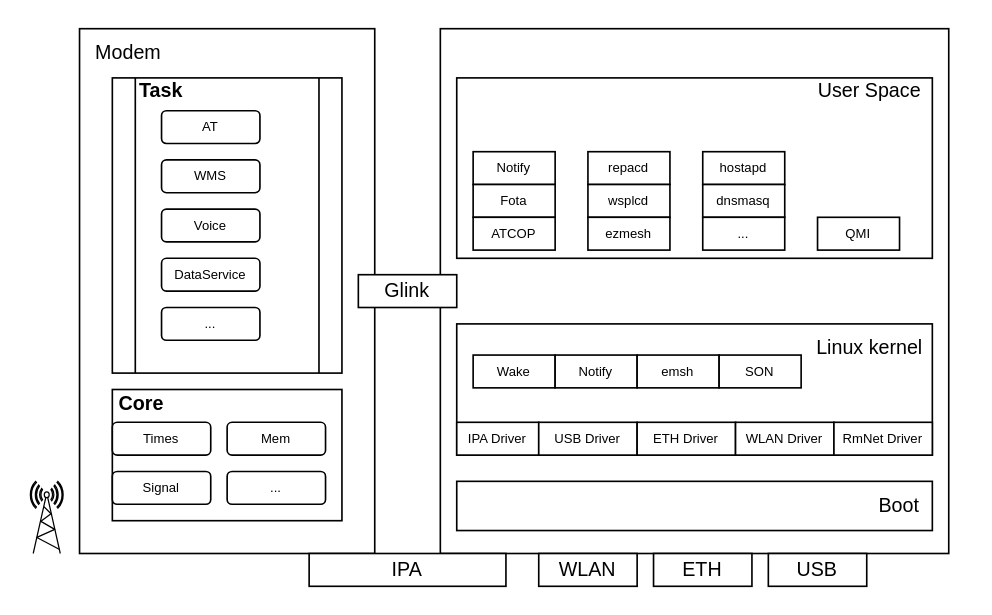
Before: page "SystemDraw" (3 of 4) of easymesh.drawio in alexsvn/draw, a draw.io diagram. Source tidied: cells renumbered, new cells numbered last; positions are measured from the earlier drawing's top-left corner, leaving out a move shared by most shapes. Both pictures are drawn from the tidied source at 164%, with x=0, y=0 at pixel (30, 28).
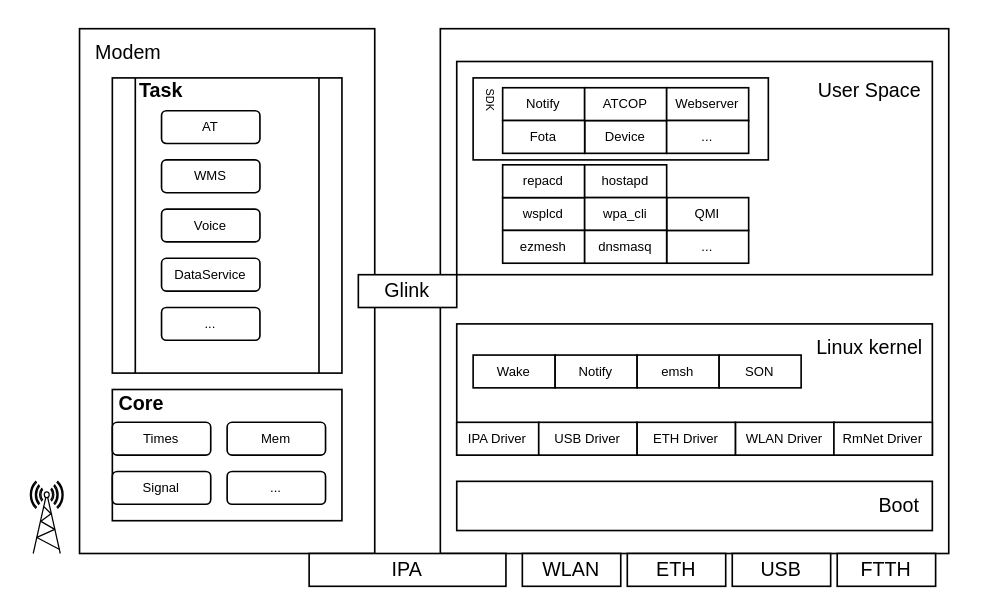
The same diagram, later.

The edit, as a diff of the source:
```diff
@@
     <mxCell id="18" style="rounded=0;whiteSpace=wrap;html=1;" parent="1" vertex="1">
-      <mxGeometry x="260" y="30" width="290" height="110" as="geometry" />
+      <mxGeometry x="260" y="20" width="290" height="130" as="geometry" />
     </mxCell>
@@
     <mxCell id="26" value="WLAN" style="rounded=0;whiteSpace=wrap;html=1;" parent="1" vertex="1">
-      <mxGeometry x="310" y="320" width="60" height="20" as="geometry" />
+      <mxGeometry x="300" y="320" width="60" height="20" as="geometry" />
     </mxCell>
     <mxCell id="27" value="ETH" style="rounded=0;whiteSpace=wrap;html=1;" parent="1" vertex="1">
-      <mxGeometry x="380" y="320" width="60" height="20" as="geometry" />
+      <mxGeometry x="364" y="320" width="60" height="20" as="geometry" />
     </mxCell>
     <mxCell id="28" value="USB" style="rounded=0;whiteSpace=wrap;html=1;" parent="1" vertex="1">
-      <mxGeometry x="450" y="320" width="60" height="20" as="geometry" />
+      <mxGeometry x="428" y="320" width="60" height="20" as="geometry" />
     </mxCell>
@@
+    <mxCell id="43" value="wsplcd" style="rounded=0;whiteSpace=wrap;html=1;fontSize=8;" parent="1" vertex="1">
+      <mxGeometry x="288" y="103" width="50" height="20" as="geometry" />
+    </mxCell>
+    <mxCell id="44" value="ezmesh" style="rounded=0;whiteSpace=wrap;html=1;fontSize=8;" parent="1" vertex="1">
+      <mxGeometry x="288" y="123" width="50" height="20" as="geometry" />
+    </mxCell>
+    <mxCell id="47" value="..." style="rounded=0;whiteSpace=wrap;html=1;fontSize=8;" parent="1" vertex="1">
+      <mxGeometry x="388" y="123" width="50" height="20" as="geometry" />
+    </mxCell>
+    <mxCell id="48" value="QMI" style="rounded=0;whiteSpace=wrap;html=1;fontSize=8;" parent="1" vertex="1">
+      <mxGeometry x="388" y="103" width="50" height="20" as="geometry" />
+    </mxCell>
+    <mxCell id="49" value="FTTH" style="rounded=0;whiteSpace=wrap;html=1;" parent="1" vertex="1">
+      <mxGeometry x="492" y="320" width="60" height="20" as="geometry" />
+    </mxCell>
+    <mxCell id="50" value="&lt;div style=&quot;&quot;&gt;&lt;sup&gt;SDK&lt;/sup&gt;&lt;/div&gt;" style="rounded=0;whiteSpace=wrap;html=1;fontSize=8;rotation=0;align=left;imageAlign=left;horizontal=1;verticalAlign=top;fontStyle=0;flipH=0;flipV=0;direction=west;textDirection=vertical-rl;" parent="1" vertex="1">
+      <mxGeometry x="270" y="30" width="180" height="50" as="geometry" />
+    </mxCell>
+    <mxCell id="42" value="repacd" style="rounded=0;whiteSpace=wrap;html=1;fontSize=8;" parent="1" vertex="1">
+      <mxGeometry x="288" y="83" width="50" height="20" as="geometry" />
+    </mxCell>
+    <mxCell id="45" value="hostapd" style="rounded=0;whiteSpace=wrap;html=1;fontSize=8;" parent="1" vertex="1">
+      <mxGeometry x="338" y="83" width="50" height="20" as="geometry" />
+    </mxCell>
+    <mxCell id="51" value="wpa_cli" style="rounded=0;whiteSpace=wrap;html=1;fontSize=8;" parent="1" vertex="1">
+      <mxGeometry x="338" y="103" width="50" height="20" as="geometry" />
+    </mxCell>
+    <mxCell id="46" value="dnsmasq" style="rounded=0;whiteSpace=wrap;html=1;fontSize=8;" parent="1" vertex="1">
+      <mxGeometry x="338" y="123" width="50" height="20" as="geometry" />
+    </mxCell>
+    <mxCell id="52" value="Device" style="rounded=0;whiteSpace=wrap;html=1;fontSize=8;" parent="1" vertex="1">
+      <mxGeometry x="338" y="56" width="50" height="20" as="geometry" />
+    </mxCell>
     <mxCell id="39" value="Notify" style="rounded=0;whiteSpace=wrap;html=1;fontSize=8;" parent="1" vertex="1">
-      <mxGeometry x="270" y="75" width="50" height="20" as="geometry" />
+      <mxGeometry x="288" y="36" width="50" height="20" as="geometry" />
     </mxCell>
     <mxCell id="40" value="Fota" style="rounded=0;whiteSpace=wrap;html=1;fontSize=8;" parent="1" vertex="1">
-      <mxGeometry x="270" y="95" width="50" height="20" as="geometry" />
+      <mxGeometry x="288" y="56" width="50" height="20" as="geometry" />
     </mxCell>
     <mxCell id="41" value="ATCOP" style="rounded=0;whiteSpace=wrap;html=1;fontSize=8;" parent="1" vertex="1">
-      <mxGeometry x="270" y="115" width="50" height="20" as="geometry" />
+      <mxGeometry x="338" y="36" width="50" height="20" as="geometry" />
     </mxCell>
-    <mxCell id="42" value="repacd" style="rounded=0;whiteSpace=wrap;html=1;fontSize=8;" parent="1" vertex="1">
-      <mxGeometry x="340" y="75" width="50" height="20" as="geometry" />
-    </mxCell>
-    <mxCell id="43" value="wsplcd" style="rounded=0;whiteSpace=wrap;html=1;fontSize=8;" parent="1" vertex="1">
-      <mxGeometry x="340" y="95" width="50" height="20" as="geometry" />
-    </mxCell>
-    <mxCell id="44" value="ezmesh" style="rounded=0;whiteSpace=wrap;html=1;fontSize=8;" parent="1" vertex="1">
-      <mxGeometry x="340" y="115" width="50" height="20" as="geometry" />
-    </mxCell>
-    <mxCell id="45" value="hostapd" style="rounded=0;whiteSpace=wrap;html=1;fontSize=8;" parent="1" vertex="1">
-      <mxGeometry x="410" y="75" width="50" height="20" as="geometry" />
-    </mxCell>
-    <mxCell id="46" value="dnsmasq" style="rounded=0;whiteSpace=wrap;html=1;fontSize=8;" parent="1" vertex="1">
-      <mxGeometry x="410" y="95" width="50" height="20" as="geometry" />
-    </mxCell>
-    <mxCell id="47" value="..." style="rounded=0;whiteSpace=wrap;html=1;fontSize=8;" parent="1" vertex="1">
-      <mxGeometry x="410" y="115" width="50" height="20" as="geometry" />
-    </mxCell>
-    <mxCell id="48" value="QMI" style="rounded=0;whiteSpace=wrap;html=1;fontSize=8;" parent="1" vertex="1">
-      <mxGeometry x="480" y="115" width="50" height="20" as="geometry" />
-    </mxCell>
+    <mxCell id="53" value="Webserver" style="rounded=0;whiteSpace=wrap;html=1;fontSize=8;" parent="1" vertex="1">
+      <mxGeometry x="388" y="36" width="50" height="20" as="geometry" />
+    </mxCell>
+    <mxCell id="54" value="..." style="rounded=0;whiteSpace=wrap;html=1;fontSize=8;" parent="1" vertex="1">
+      <mxGeometry x="388" y="56" width="50" height="20" as="geometry" />
+    </mxCell>
```
